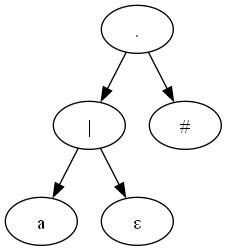
Before: TreeImage/Tree10.gv.png, a diagram exported from Graphviz (Gerax5/COM-LB1). Its source is kept beside it as TreeImage/Tree10.gv.
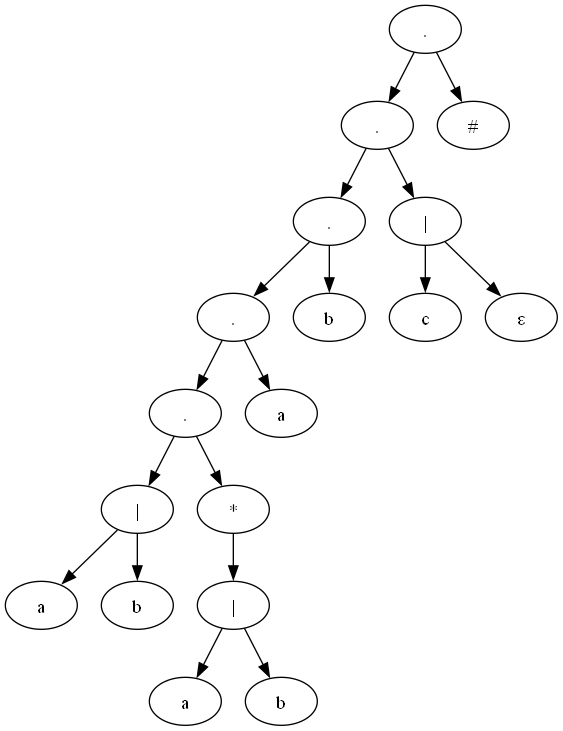
Later version of the same file.

What changed in the source:
```diff
@@ -1,11 +1,37 @@
 digraph "TreeImage/Tree10" {
 	A0 [label="."]
-	A1 [label="|"]
-	A2 [label=a]
-	A3 [label="ε"]
-	A4 [label="#"]
+	A1 [label="."]
+	A2 [label="."]
+	A3 [label="."]
+	A4 [label="."]
+	A5 [label="|"]
+	A6 [label=a]
+	A7 [label=b]
+	A8 [label="*"]
+	A9 [label="|"]
+	A10 [label=a]
+	A11 [label=b]
+	A12 [label=a]
+	A13 [label=b]
+	A14 [label="|"]
+	A15 [label=c]
+	A16 [label="ε"]
+	A17 [label="#"]
+	A5 -> A6
+	A5 -> A7
+	A4 -> A5
+	A9 -> A10
+	A9 -> A11
+	A8 -> A9
+	A4 -> A8
+	A3 -> A4
+	A3 -> A12
+	A2 -> A3
+	A2 -> A13
 	A1 -> A2
-	A1 -> A3
+	A14 -> A15
+	A14 -> A16
+	A1 -> A14
 	A0 -> A1
-	A0 -> A4
+	A0 -> A17
 }
```
